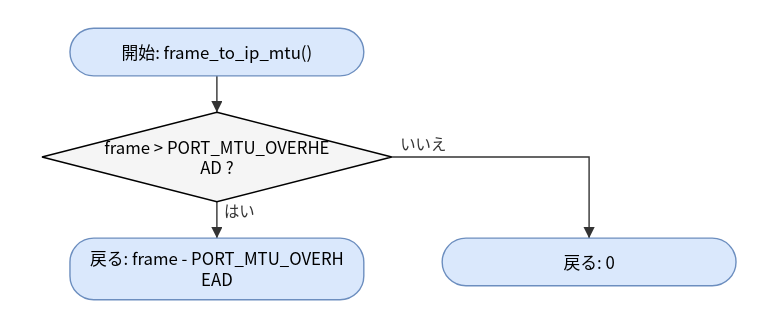
Earlier version of the draw.io export doc/spec/images/flow_src_mlx5_hca-frame_to_ip_mtu.drawio.svg (hf355051012-ai/bfmem). Source tidied: cells renumbered, new cells last; positions are measured from the earlier drawing's top-left corner, leaving out a move shared by most shapes. Source of this version:
```xml
<mxGraphModel>
  <root>
    <mxCell id="0" />
    <mxCell id="1" parent="0" />
    <mxCell id="2" value="開始: frame_to_ip_mtu()" style="rounded=1;arcSize=50;whiteSpace=wrap;html=1;fillColor=#dae8fc;strokeColor=#6c8ebf;" parent="1" vertex="1">
      <mxGeometry x="20" width="210" height="34" as="geometry" />
    </mxCell>
    <mxCell id="3" value="frame &amp;gt; PORT_MTU_OVERHE&lt;br&gt;AD ?" style="rhombus;whiteSpace=wrap;html=1;fillColor=#f5f5f5;" parent="1" vertex="1">
      <mxGeometry y="60" width="250" height="64" as="geometry" />
    </mxCell>
    <mxCell id="4" value="戻る: frame - PORT_MTU_OVERH&lt;br&gt;EAD" style="rounded=1;arcSize=50;whiteSpace=wrap;html=1;fillColor=#dae8fc;strokeColor=#6c8ebf;" parent="1" vertex="1">
      <mxGeometry x="20" y="150" width="210" height="44" as="geometry" />
    </mxCell>
    <mxCell id="5" value="戻る: 0" style="rounded=1;arcSize=50;whiteSpace=wrap;html=1;fillColor=#dae8fc;strokeColor=#6c8ebf;" parent="1" vertex="1">
      <mxGeometry x="286" y="150" width="210" height="34" as="geometry" />
    </mxCell>
    <mxCell id="6" style="edgeStyle=none;html=1;rounded=0;endArrow=block;endFill=1;exitX=0.5000;exitY=1.0000;exitDx=0;exitDy=0;exitPerimeter=0;entryX=0.5000;entryY=0.0000;entryDx=0;entryDy=0;entryPerimeter=0;" parent="1" edge="1" source="2" target="3">
      <mxGeometry relative="1" as="geometry" />
    </mxCell>
    <mxCell id="7" value="はい" style="edgeStyle=none;html=1;rounded=0;endArrow=block;endFill=1;exitX=0.5000;exitY=1.0000;exitDx=0;exitDy=0;exitPerimeter=0;entryX=0.5000;entryY=0.0000;entryDx=0;entryDy=0;entryPerimeter=0;" parent="1" edge="1" source="3" target="4">
      <mxGeometry relative="1" as="geometry" />
    </mxCell>
    <mxCell id="8" value="いいえ" style="edgeStyle=none;html=1;rounded=0;endArrow=block;endFill=1;exitX=1.0000;exitY=0.5000;exitDx=0;exitDy=0;exitPerimeter=0;entryX=0.5000;entryY=0.0000;entryDx=0;entryDy=0;entryPerimeter=0;" parent="1" edge="1" source="3" target="5">
      <mxGeometry relative="1" as="geometry">
        <Array as="points">
          <mxPoint x="391" y="92" />
        </Array>
      </mxGeometry>
    </mxCell>
  </root>
</mxGraphModel>
```
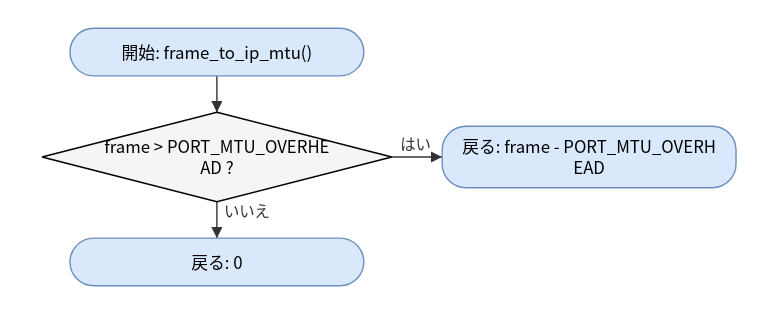
Later version of the same file.

Diff of the diagram source:
```diff
@@ -9,23 +9,19 @@
       <mxGeometry y="60" width="250" height="64" as="geometry" />
     </mxCell>
     <mxCell id="4" value="戻る: frame - PORT_MTU_OVERH&lt;br&gt;EAD" style="rounded=1;arcSize=50;whiteSpace=wrap;html=1;fillColor=#dae8fc;strokeColor=#6c8ebf;" parent="1" vertex="1">
-      <mxGeometry x="20" y="150" width="210" height="44" as="geometry" />
+      <mxGeometry x="286" y="70" width="210" height="44" as="geometry" />
     </mxCell>
     <mxCell id="5" value="戻る: 0" style="rounded=1;arcSize=50;whiteSpace=wrap;html=1;fillColor=#dae8fc;strokeColor=#6c8ebf;" parent="1" vertex="1">
-      <mxGeometry x="286" y="150" width="210" height="34" as="geometry" />
+      <mxGeometry x="20" y="150" width="210" height="34" as="geometry" />
     </mxCell>
     <mxCell id="6" style="edgeStyle=none;html=1;rounded=0;endArrow=block;endFill=1;exitX=0.5000;exitY=1.0000;exitDx=0;exitDy=0;exitPerimeter=0;entryX=0.5000;entryY=0.0000;entryDx=0;entryDy=0;entryPerimeter=0;" parent="1" edge="1" source="2" target="3">
       <mxGeometry relative="1" as="geometry" />
     </mxCell>
-    <mxCell id="7" value="はい" style="edgeStyle=none;html=1;rounded=0;endArrow=block;endFill=1;exitX=0.5000;exitY=1.0000;exitDx=0;exitDy=0;exitPerimeter=0;entryX=0.5000;entryY=0.0000;entryDx=0;entryDy=0;entryPerimeter=0;" parent="1" edge="1" source="3" target="4">
+    <mxCell id="7" value="はい" style="edgeStyle=none;html=1;rounded=0;endArrow=block;endFill=1;exitX=1.0000;exitY=0.5000;exitDx=0;exitDy=0;exitPerimeter=0;entryX=0.0000;entryY=0.5000;entryDx=0;entryDy=0;entryPerimeter=0;" parent="1" edge="1" source="3" target="4">
       <mxGeometry relative="1" as="geometry" />
     </mxCell>
-    <mxCell id="8" value="いいえ" style="edgeStyle=none;html=1;rounded=0;endArrow=block;endFill=1;exitX=1.0000;exitY=0.5000;exitDx=0;exitDy=0;exitPerimeter=0;entryX=0.5000;entryY=0.0000;entryDx=0;entryDy=0;entryPerimeter=0;" parent="1" edge="1" source="3" target="5">
-      <mxGeometry relative="1" as="geometry">
-        <Array as="points">
-          <mxPoint x="391" y="92" />
-        </Array>
-      </mxGeometry>
+    <mxCell id="8" value="いいえ" style="edgeStyle=none;html=1;rounded=0;endArrow=block;endFill=1;exitX=0.5000;exitY=1.0000;exitDx=0;exitDy=0;exitPerimeter=0;entryX=0.5000;entryY=0.0000;entryDx=0;entryDy=0;entryPerimeter=0;" parent="1" edge="1" source="3" target="5">
+      <mxGeometry relative="1" as="geometry" />
     </mxCell>
   </root>
 </mxGraphModel>
```
